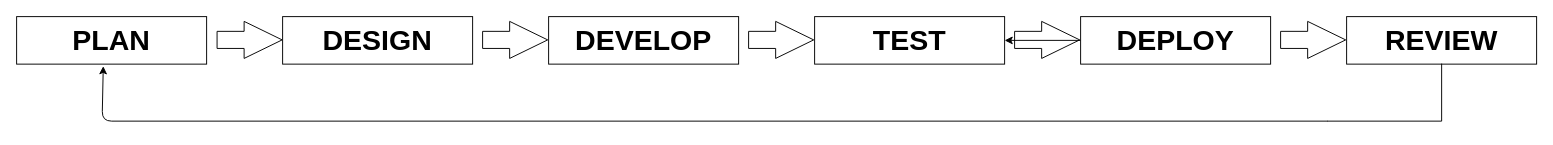
Earlier version of the draw.io diagram Papers Please/AGILE MODEL.drawio (OmaGash/crispy-bassoon). Source tidied: cells renumbered, new cells numbered last; positions are measured from the earlier drawing's top-left corner, leaving out a move shared by most shapes. Both pictures are drawn from the tidied source at 95%, with x=0, y=0 at pixel (16, 16).
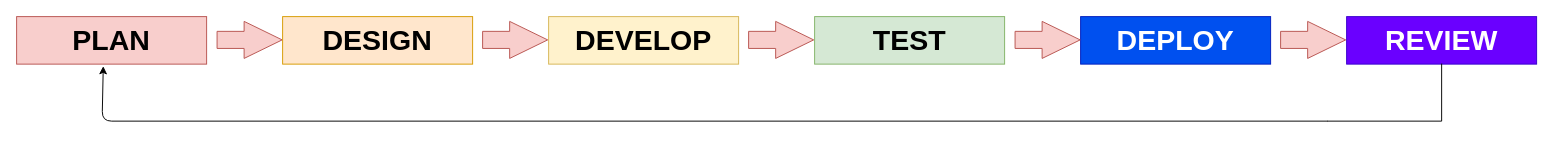
After the change.

What changed in the source:
```diff
@@
-    <mxCell id="2" value="&lt;span style=&quot;font-size: 30px&quot;&gt;&lt;b&gt;PLAN&lt;/b&gt;&lt;/span&gt;" style="rounded=0;whiteSpace=wrap;html=1;" parent="1" vertex="1">
+    <mxCell id="2" value="&lt;span style=&quot;font-size: 30px&quot;&gt;&lt;b&gt;PLAN&lt;/b&gt;&lt;/span&gt;" style="rounded=0;whiteSpace=wrap;html=1;fillColor=#f8cecc;strokeColor=#b85450;" parent="1" vertex="1">
       <mxGeometry width="200" height="50" as="geometry" />
     </mxCell>
-    <mxCell id="3" style="shape=flexArrow;endArrow=classic;html=1;width=18;endSize=13.01;" parent="1" edge="1">
+    <mxCell id="3" style="shape=flexArrow;endArrow=classic;html=1;width=18;endSize=13.01;fillColor=#f8cecc;strokeColor=#b85450;" parent="1" edge="1">
       <mxGeometry relative="1" as="geometry">
         <mxPoint x="210.5" y="24.5" as="sourcePoint" />
         <mxPoint x="280" y="24.5" as="targetPoint" />
       </mxGeometry>
     </mxCell>
-    <mxCell id="4" style="shape=flexArrow;endArrow=classic;html=1;width=18;endSize=13.01;" parent="1" edge="1">
+    <mxCell id="4" style="shape=flexArrow;endArrow=classic;html=1;width=18;endSize=13.01;fillColor=#f8cecc;strokeColor=#b85450;" parent="1" edge="1">
       <mxGeometry relative="1" as="geometry">
         <mxPoint x="490" y="24.5" as="sourcePoint" />
         <mxPoint x="559.5" y="24.5" as="targetPoint" />
       </mxGeometry>
     </mxCell>
-    <mxCell id="5" style="shape=flexArrow;endArrow=classic;html=1;width=18;endSize=13.01;" parent="1" edge="1">
+    <mxCell id="5" style="shape=flexArrow;endArrow=classic;html=1;width=18;endSize=13.01;fillColor=#f8cecc;strokeColor=#b85450;" parent="1" edge="1">
       <mxGeometry relative="1" as="geometry">
         <mxPoint x="770" y="24.5" as="sourcePoint" />
         <mxPoint x="839.5" y="24.5" as="targetPoint" />
       </mxGeometry>
     </mxCell>
-    <mxCell id="6" value="&lt;span style=&quot;font-size: 30px&quot;&gt;&lt;b&gt;DESIGN&lt;/b&gt;&lt;/span&gt;" style="rounded=0;whiteSpace=wrap;html=1;" parent="1" vertex="1">
+    <mxCell id="6" value="&lt;span style=&quot;font-size: 30px&quot;&gt;&lt;b&gt;DESIGN&lt;/b&gt;&lt;/span&gt;" style="rounded=0;whiteSpace=wrap;html=1;fillColor=#ffe6cc;strokeColor=#d79b00;" parent="1" vertex="1">
       <mxGeometry x="280" width="200" height="50" as="geometry" />
     </mxCell>
-    <mxCell id="7" value="&lt;span style=&quot;font-size: 30px&quot;&gt;&lt;b&gt;DEVELOP&lt;/b&gt;&lt;/span&gt;" style="rounded=0;whiteSpace=wrap;html=1;" parent="1" vertex="1">
+    <mxCell id="7" value="&lt;span style=&quot;font-size: 30px&quot;&gt;&lt;b&gt;DEVELOP&lt;/b&gt;&lt;/span&gt;" style="rounded=0;whiteSpace=wrap;html=1;fillColor=#fff2cc;strokeColor=#d6b656;" parent="1" vertex="1">
       <mxGeometry x="560" width="200" height="50" as="geometry" />
     </mxCell>
-    <mxCell id="8" value="&lt;span style=&quot;font-size: 30px&quot;&gt;&lt;b&gt;TEST&lt;/b&gt;&lt;/span&gt;" style="rounded=0;whiteSpace=wrap;html=1;" parent="1" vertex="1">
+    <mxCell id="8" value="&lt;span style=&quot;font-size: 30px&quot;&gt;&lt;b&gt;TEST&lt;/b&gt;&lt;/span&gt;" style="rounded=0;whiteSpace=wrap;html=1;fillColor=#d5e8d4;strokeColor=#82b366;" parent="1" vertex="1">
       <mxGeometry x="840" width="200" height="50" as="geometry" />
     </mxCell>
-    <mxCell id="9" style="edgeStyle=orthogonalEdgeStyle;rounded=0;jettySize=auto;html=1;" parent="1" edge="1" source="10" target="8">
-      <mxGeometry relative="1" as="geometry" />
-    </mxCell>
-    <mxCell id="10" value="&lt;span style=&quot;font-size: 30px&quot;&gt;&lt;b&gt;DEPLOY&lt;/b&gt;&lt;/span&gt;" style="rounded=0;whiteSpace=wrap;html=1;" parent="1" vertex="1">
+    <mxCell id="10" value="&lt;span style=&quot;font-size: 30px&quot;&gt;&lt;b&gt;DEPLOY&lt;/b&gt;&lt;/span&gt;" style="rounded=0;whiteSpace=wrap;html=1;fillColor=#0050ef;strokeColor=#001DBC;fontColor=#ffffff;" parent="1" vertex="1">
       <mxGeometry x="1120" width="200" height="50" as="geometry" />
     </mxCell>
-    <mxCell id="11" style="shape=flexArrow;endArrow=classic;html=1;width=18;endSize=13.01;" parent="1" edge="1">
-      <mxGeometry relative="1" as="geometry">
-        <mxPoint x="1050" y="24.5" as="sourcePoint" />
-        <mxPoint x="1119.5" y="24.5" as="targetPoint" />
-      </mxGeometry>
-    </mxCell>
-    <mxCell id="12" value="&lt;span style=&quot;font-size: 30px&quot;&gt;&lt;b&gt;REVIEW&lt;/b&gt;&lt;/span&gt;" style="rounded=0;whiteSpace=wrap;html=1;" parent="1" vertex="1">
+    <mxCell id="12" value="&lt;span style=&quot;font-size: 30px&quot;&gt;&lt;b&gt;REVIEW&lt;/b&gt;&lt;/span&gt;" style="rounded=0;whiteSpace=wrap;html=1;fillColor=#6a00ff;strokeColor=#3700CC;fontColor=#ffffff;" parent="1" vertex="1">
       <mxGeometry x="1400" width="200" height="50" as="geometry" />
     </mxCell>
-    <mxCell id="13" style="shape=flexArrow;endArrow=classic;html=1;width=18;endSize=13.01;" parent="1" edge="1">
+    <mxCell id="13" style="shape=flexArrow;endArrow=classic;html=1;width=18;endSize=13.01;fillColor=#f8cecc;strokeColor=#b85450;" parent="1" edge="1">
       <mxGeometry relative="1" as="geometry">
         <mxPoint x="1330" y="24.5" as="sourcePoint" />
         <mxPoint x="1399.5" y="24.5" as="targetPoint" />
       </mxGeometry>
     </mxCell>
@@
+    <mxCell id="16" style="shape=flexArrow;endArrow=classic;html=1;width=18;endSize=13.01;fillColor=#f8cecc;strokeColor=#b85450;" parent="1" edge="1">
+      <mxGeometry relative="1" as="geometry">
+        <mxPoint x="1050.5" y="24.5" as="sourcePoint" />
+        <mxPoint x="1120" y="24.5" as="targetPoint" />
+      </mxGeometry>
+    </mxCell>
```
